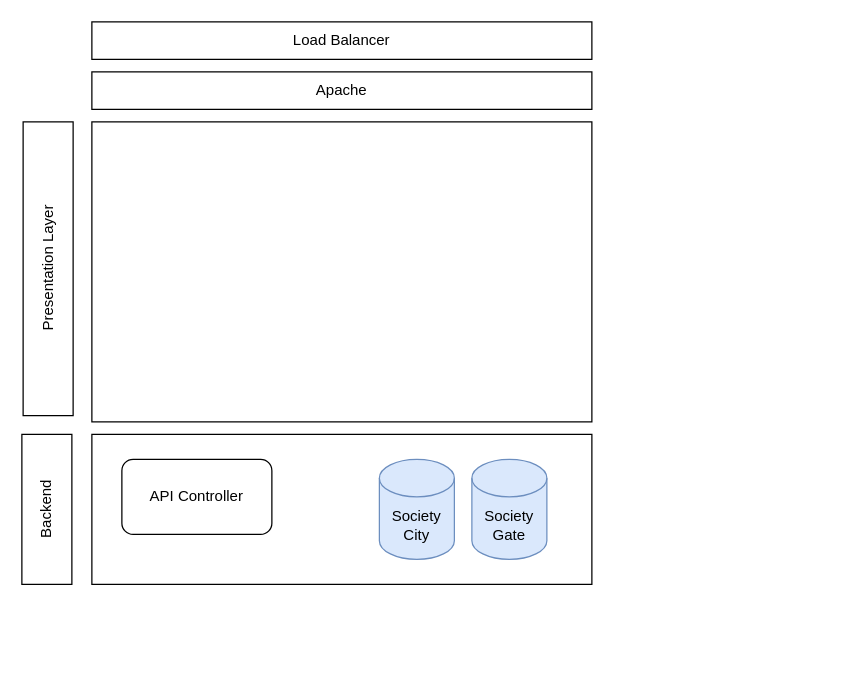
Above: SocietyCItyArch_v_0.1.drawio in vikassinha1/societycity (draw.io), before the change. Source tidied: cells renumbered, new cells numbered last; positions are measured from the earlier drawing's top-left corner, leaving out a move shared by most shapes. Both pictures are drawn from the tidied source at 125%, with x=0, y=0 at pixel (-99, 21).
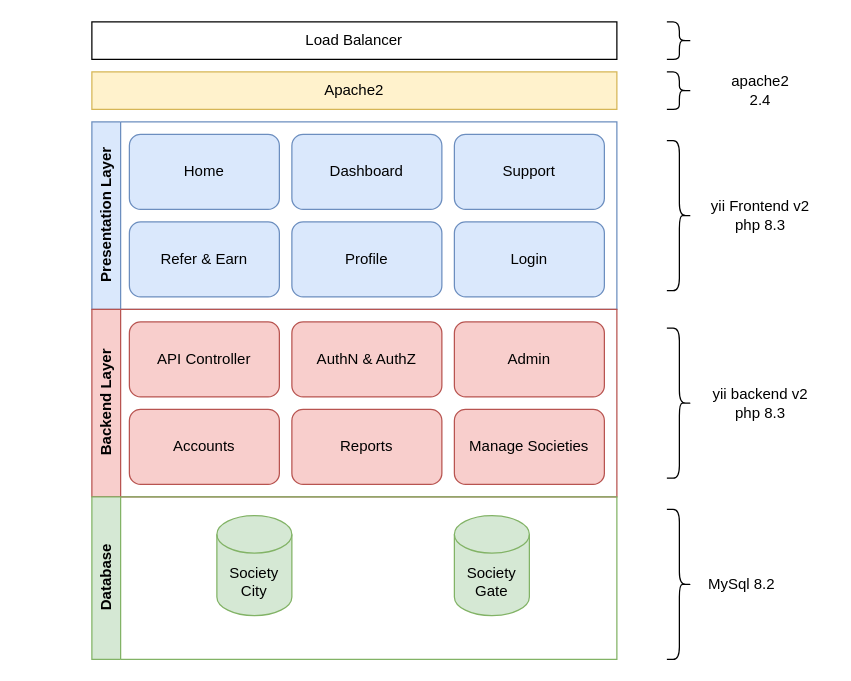
Above is the later version.

Diff of the diagram source:
```diff
@@
-    <mxCell id="2" style="rounded=0;whiteSpace=wrap;html=1;" parent="1" vertex="1">
-      <mxGeometry x="152" y="80" width="400" height="240" as="geometry" />
-    </mxCell>
-    <mxCell id="3" value="Presentation Layer" style="rounded=0;whiteSpace=wrap;html=1;rotation=-90;" parent="1" vertex="1">
-      <mxGeometry x="-0.5" y="177.5" width="235" height="40" as="geometry" />
-    </mxCell>
-    <mxCell id="4" value="Backend" style="rounded=0;whiteSpace=wrap;html=1;rotation=-90;" parent="1" vertex="1">
-      <mxGeometry x="56" y="370" width="120" height="40" as="geometry" />
-    </mxCell>
-    <mxCell id="5" style="rounded=0;whiteSpace=wrap;html=1;" parent="1" vertex="1">
-      <mxGeometry x="152" y="330" width="400" height="120" as="geometry" />
-    </mxCell>
-    <mxCell id="6" value="Society Gate" style="shape=cylinder3;whiteSpace=wrap;html=1;boundedLbl=1;backgroundOutline=1;size=15;fillColor=#dae8fc;strokeColor=#6c8ebf;" parent="1" vertex="1">
-      <mxGeometry x="456" y="350" width="60" height="80" as="geometry" />
-    </mxCell>
-    <mxCell id="7" value="Society City" style="shape=cylinder3;whiteSpace=wrap;html=1;boundedLbl=1;backgroundOutline=1;size=15;fillColor=#dae8fc;strokeColor=#6c8ebf;" parent="1" vertex="1">
-      <mxGeometry x="382" y="350" width="60" height="80" as="geometry" />
-    </mxCell>
-    <mxCell id="8" value="Apache" style="rounded=0;whiteSpace=wrap;html=1;" parent="1" vertex="1">
-      <mxGeometry x="152" y="40" width="400" height="30" as="geometry" />
+    <mxCell id="8" value="Apache2" style="rounded=0;whiteSpace=wrap;html=1;fillColor=#fff2cc;strokeColor=#d6b656;" parent="1" vertex="1">
+      <mxGeometry x="152" y="40" width="420" height="30" as="geometry" />
     </mxCell>
     <mxCell id="9" value="Load Balancer" style="rounded=0;whiteSpace=wrap;html=1;" parent="1" vertex="1">
-      <mxGeometry x="152" width="400" height="30" as="geometry" />
+      <mxGeometry x="152" width="420" height="30" as="geometry" />
     </mxCell>
+    <mxCell id="3" value="Presentation Layer" style="swimlane;horizontal=0;whiteSpace=wrap;html=1;fillColor=#dae8fc;strokeColor=#6c8ebf;" parent="1" vertex="1">
+      <mxGeometry x="152" y="80" width="420" height="150" as="geometry" />
+    </mxCell>
+    <mxCell id="11" value="Home" style="rounded=1;whiteSpace=wrap;html=1;fillColor=#dae8fc;strokeColor=#6c8ebf;" parent="3" vertex="1">
+      <mxGeometry x="30" y="10" width="120" height="60" as="geometry" />
+    </mxCell>
+    <mxCell id="12" value="Dashboard" style="rounded=1;whiteSpace=wrap;html=1;fillColor=#dae8fc;strokeColor=#6c8ebf;" parent="3" vertex="1">
+      <mxGeometry x="160" y="10" width="120" height="60" as="geometry" />
+    </mxCell>
+    <mxCell id="13" value="Support" style="rounded=1;whiteSpace=wrap;html=1;fillColor=#dae8fc;strokeColor=#6c8ebf;" parent="3" vertex="1">
+      <mxGeometry x="290" y="10" width="120" height="60" as="geometry" />
+    </mxCell>
+    <mxCell id="14" value="Refer &amp;amp; Earn" style="rounded=1;whiteSpace=wrap;html=1;fillColor=#dae8fc;strokeColor=#6c8ebf;" parent="3" vertex="1">
+      <mxGeometry x="30" y="80" width="120" height="60" as="geometry" />
+    </mxCell>
+    <mxCell id="15" value="Profile" style="rounded=1;whiteSpace=wrap;html=1;fillColor=#dae8fc;strokeColor=#6c8ebf;" parent="3" vertex="1">
+      <mxGeometry x="160" y="80" width="120" height="60" as="geometry" />
+    </mxCell>
+    <mxCell id="16" value="Login" style="rounded=1;whiteSpace=wrap;html=1;fillColor=#dae8fc;strokeColor=#6c8ebf;" parent="3" vertex="1">
+      <mxGeometry x="290" y="80" width="120" height="60" as="geometry" />
+    </mxCell>
+    <mxCell id="17" value="Backend Layer" style="swimlane;horizontal=0;whiteSpace=wrap;html=1;fillColor=#f8cecc;strokeColor=#b85450;" parent="1" vertex="1">
+      <mxGeometry x="152" y="230" width="420" height="150" as="geometry" />
+    </mxCell>
-    <mxCell id="10" value="API Controller" style="rounded=1;whiteSpace=wrap;html=1;" parent="1" vertex="1">
-      <mxGeometry x="176" y="350" width="120" height="60" as="geometry" />
+    <mxCell id="10" value="API Controller" style="rounded=1;whiteSpace=wrap;html=1;fillColor=#f8cecc;strokeColor=#b85450;" parent="17" vertex="1">
+      <mxGeometry x="30" y="10" width="120" height="60" as="geometry" />
     </mxCell>
+    <mxCell id="18" value="AuthN &amp;amp; AuthZ" style="rounded=1;whiteSpace=wrap;html=1;fillColor=#f8cecc;strokeColor=#b85450;" parent="17" vertex="1">
+      <mxGeometry x="160" y="10" width="120" height="60" as="geometry" />
+    </mxCell>
+    <mxCell id="19" value="Admin" style="rounded=1;whiteSpace=wrap;html=1;fillColor=#f8cecc;strokeColor=#b85450;" parent="17" vertex="1">
+      <mxGeometry x="290" y="10" width="120" height="60" as="geometry" />
+    </mxCell>
+    <mxCell id="20" value="Accounts" style="rounded=1;whiteSpace=wrap;html=1;fillColor=#f8cecc;strokeColor=#b85450;" parent="17" vertex="1">
+      <mxGeometry x="30" y="80" width="120" height="60" as="geometry" />
+    </mxCell>
+    <mxCell id="21" value="Reports" style="rounded=1;whiteSpace=wrap;html=1;fillColor=#f8cecc;strokeColor=#b85450;" parent="17" vertex="1">
+      <mxGeometry x="160" y="80" width="120" height="60" as="geometry" />
+    </mxCell>
+    <mxCell id="22" value="Manage Societies" style="rounded=1;whiteSpace=wrap;html=1;fillColor=#f8cecc;strokeColor=#b85450;" parent="17" vertex="1">
+      <mxGeometry x="290" y="80" width="120" height="60" as="geometry" />
+    </mxCell>
+    <mxCell id="23" value="Database" style="swimlane;horizontal=0;whiteSpace=wrap;html=1;fillColor=#d5e8d4;strokeColor=#82b366;" parent="1" vertex="1">
+      <mxGeometry x="152" y="380" width="420" height="130" as="geometry" />
+    </mxCell>
+    <mxCell id="7" value="Society City" style="shape=cylinder3;whiteSpace=wrap;html=1;boundedLbl=1;backgroundOutline=1;size=15;fillColor=#d5e8d4;strokeColor=#82b366;" parent="23" vertex="1">
+      <mxGeometry x="100" y="15" width="60" height="80" as="geometry" />
+    </mxCell>
+    <mxCell id="6" value="Society Gate" style="shape=cylinder3;whiteSpace=wrap;html=1;boundedLbl=1;backgroundOutline=1;size=15;fillColor=#d5e8d4;strokeColor=#82b366;" parent="23" vertex="1">
+      <mxGeometry x="290" y="15" width="60" height="80" as="geometry" />
+    </mxCell>
+    <mxCell id="24" value="MySql 8.2" style="text;html=1;align=center;verticalAlign=middle;whiteSpace=wrap;rounded=0;" parent="1" vertex="1">
+      <mxGeometry x="642" y="435" width="60" height="30" as="geometry" />
+    </mxCell>
+    <mxCell id="25" value="yii Frontend v2&lt;div&gt;php 8.3&lt;/div&gt;" style="text;html=1;align=center;verticalAlign=middle;whiteSpace=wrap;rounded=0;" parent="1" vertex="1">
+      <mxGeometry x="632" y="140" width="110" height="30" as="geometry" />
+    </mxCell>
+    <mxCell id="26" style="shape=curlyBracket;whiteSpace=wrap;html=1;rounded=1;flipH=1;labelPosition=right;verticalLabelPosition=middle;align=left;verticalAlign=middle;" parent="1" vertex="1">
+      <mxGeometry x="612" y="95" width="20" height="120" as="geometry" />
+    </mxCell>
+    <mxCell id="27" style="shape=curlyBracket;whiteSpace=wrap;html=1;rounded=1;flipH=1;labelPosition=right;verticalLabelPosition=middle;align=left;verticalAlign=middle;" parent="1" vertex="1">
+      <mxGeometry x="612" y="245" width="20" height="120" as="geometry" />
+    </mxCell>
+    <mxCell id="28" value="yii backend v2&lt;div&gt;php 8.3&lt;/div&gt;" style="text;html=1;align=center;verticalAlign=middle;whiteSpace=wrap;rounded=0;" parent="1" vertex="1">
+      <mxGeometry x="632" y="290" width="110" height="30" as="geometry" />
+    </mxCell>
+    <mxCell id="29" style="shape=curlyBracket;whiteSpace=wrap;html=1;rounded=1;flipH=1;labelPosition=right;verticalLabelPosition=middle;align=left;verticalAlign=middle;" parent="1" vertex="1">
+      <mxGeometry x="612" y="390" width="20" height="120" as="geometry" />
+    </mxCell>
+    <mxCell id="30" style="shape=curlyBracket;whiteSpace=wrap;html=1;rounded=1;flipH=1;labelPosition=right;verticalLabelPosition=middle;align=left;verticalAlign=middle;" parent="1" vertex="1">
+      <mxGeometry x="612" y="40" width="20" height="30" as="geometry" />
+    </mxCell>
+    <mxCell id="31" style="shape=curlyBracket;whiteSpace=wrap;html=1;rounded=1;flipH=1;labelPosition=right;verticalLabelPosition=middle;align=left;verticalAlign=middle;" parent="1" vertex="1">
+      <mxGeometry x="612" width="20" height="30" as="geometry" />
+    </mxCell>
+    <mxCell id="32" value="apache2&lt;div&gt;2.4&lt;/div&gt;" style="text;html=1;align=center;verticalAlign=middle;whiteSpace=wrap;rounded=0;" parent="1" vertex="1">
+      <mxGeometry x="632" y="40" width="110" height="30" as="geometry" />
+    </mxCell>
```
